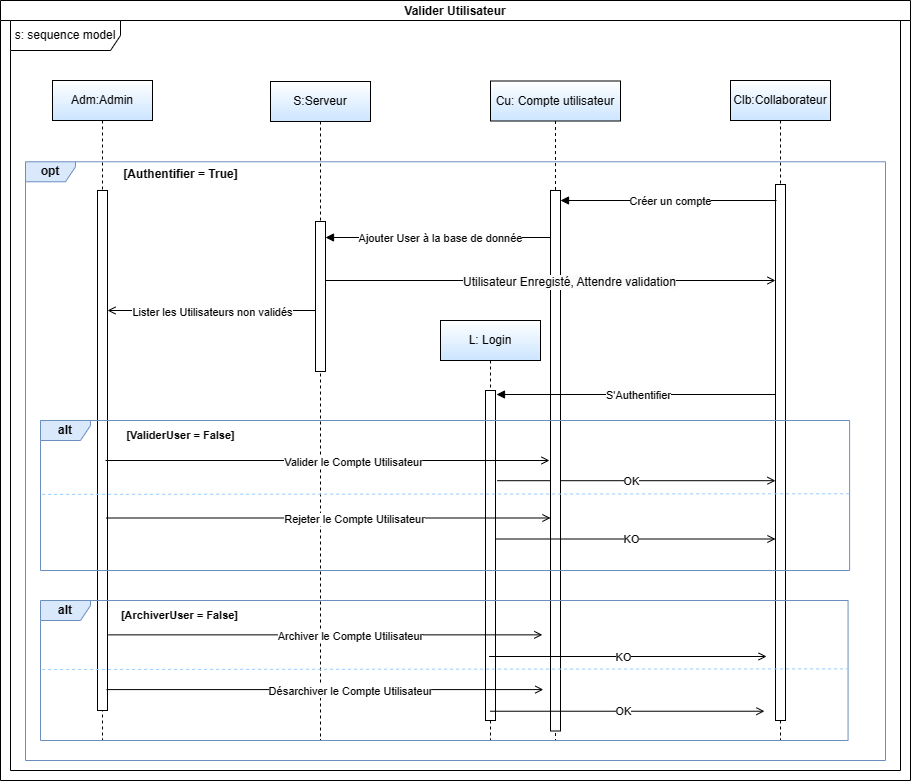
Earlier version of the draw.io export ValiderUser.drawio.png (BARIGOU-Imane/Gestion-des-Ordres-de-Mission). Source tidied: cells renumbered, new cells last; positions are measured from the earlier drawing's top-left corner, leaving out a move shared by most shapes.
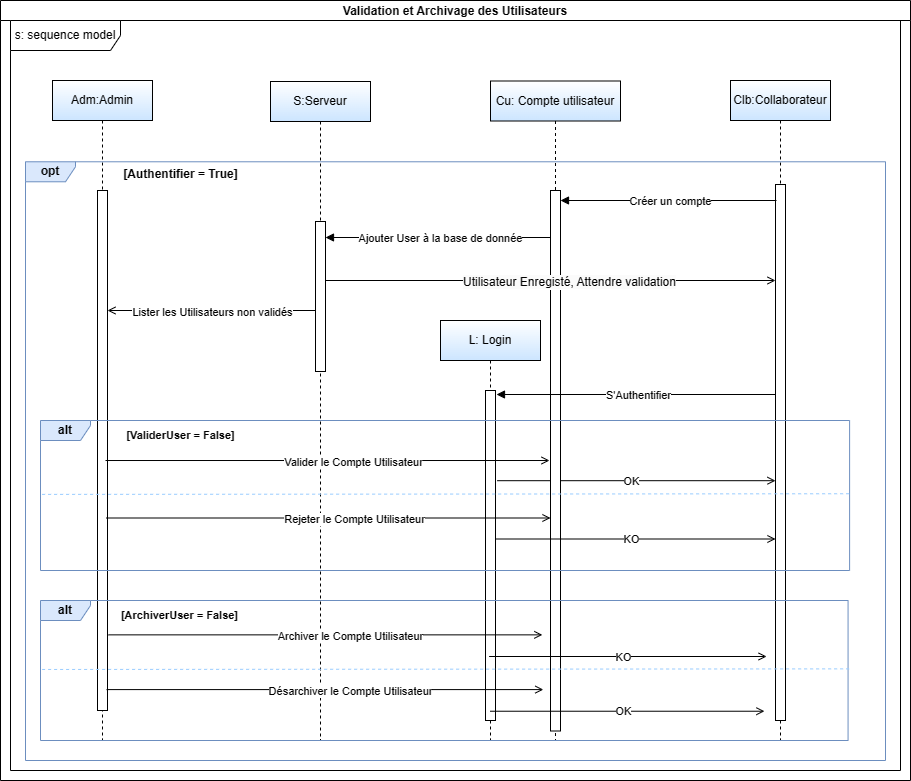
After the commit.

Commit message:
Mettre à jour ValiderUser.drawio.png

Change to the diagram source:
```diff
@@ -73,7 +73,7 @@
         <mxPoint x="8" y="1" as="offset" />
       </mxGeometry>
     </mxCell>
-    <mxCell id="20" value="Valider Utilisateur" style="swimlane;startSize=20;" parent="1" vertex="1">
+    <mxCell id="20" value="Validation et Archivage des Utilisateurs" style="swimlane;startSize=20;" parent="1" vertex="1">
       <mxGeometry width="910" height="780" as="geometry" />
     </mxCell>
     <mxCell id="21" value="s: sequence model" style="shape=umlFrame;whiteSpace=wrap;html=1;width=110;height=30;" parent="20" vertex="1">
```
